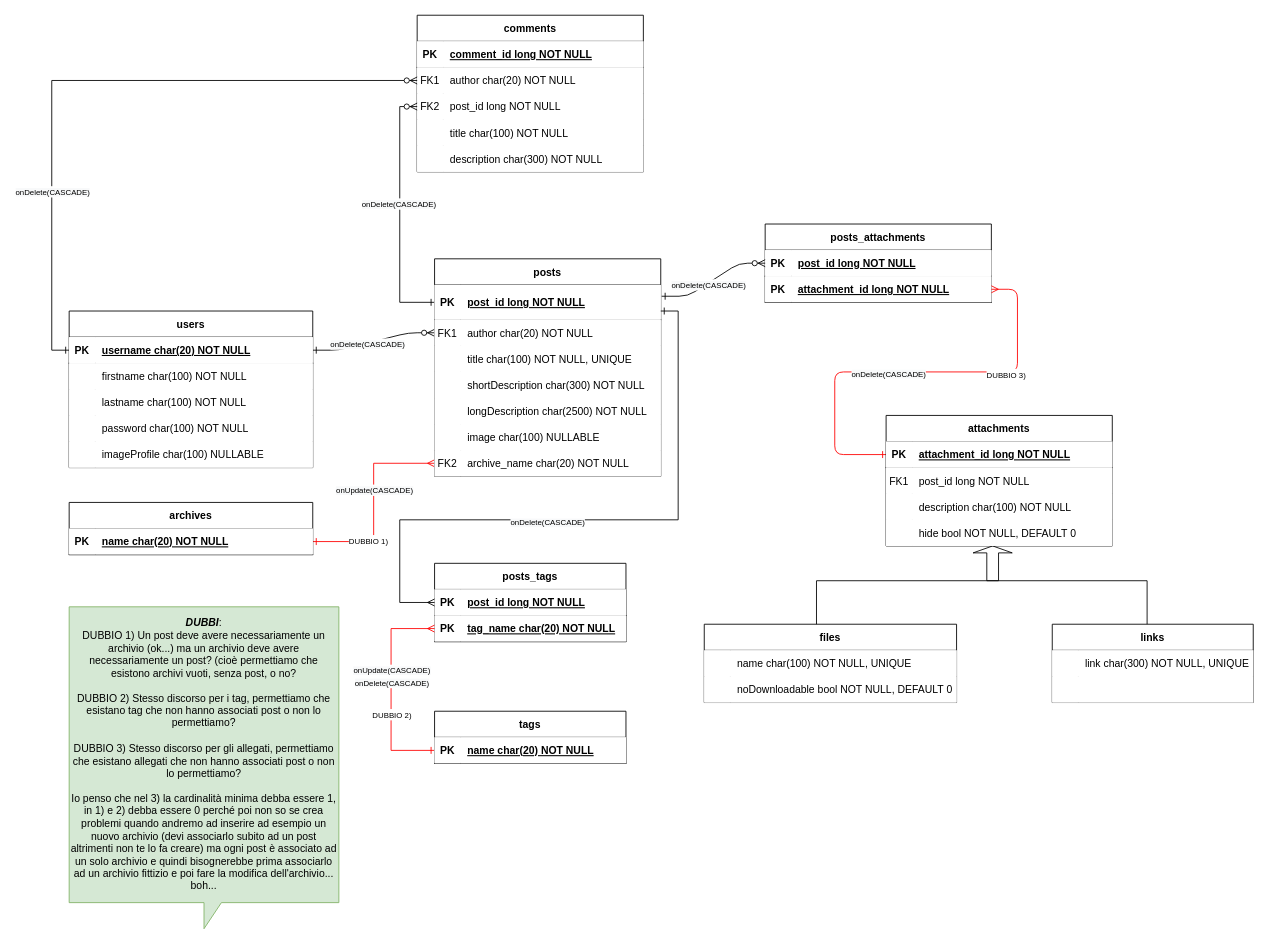
Before: Modello DB.drawio in lorenzofratini1998/ADVProgramming_Project, a draw.io diagram. Source tidied: cells renumbered, new cells numbered last; positions are measured from the earlier drawing's top-left corner, leaving out a move shared by most shapes. Both pictures are drawn from the tidied source at 87%, with x=0, y=0 at pixel (69, 15).
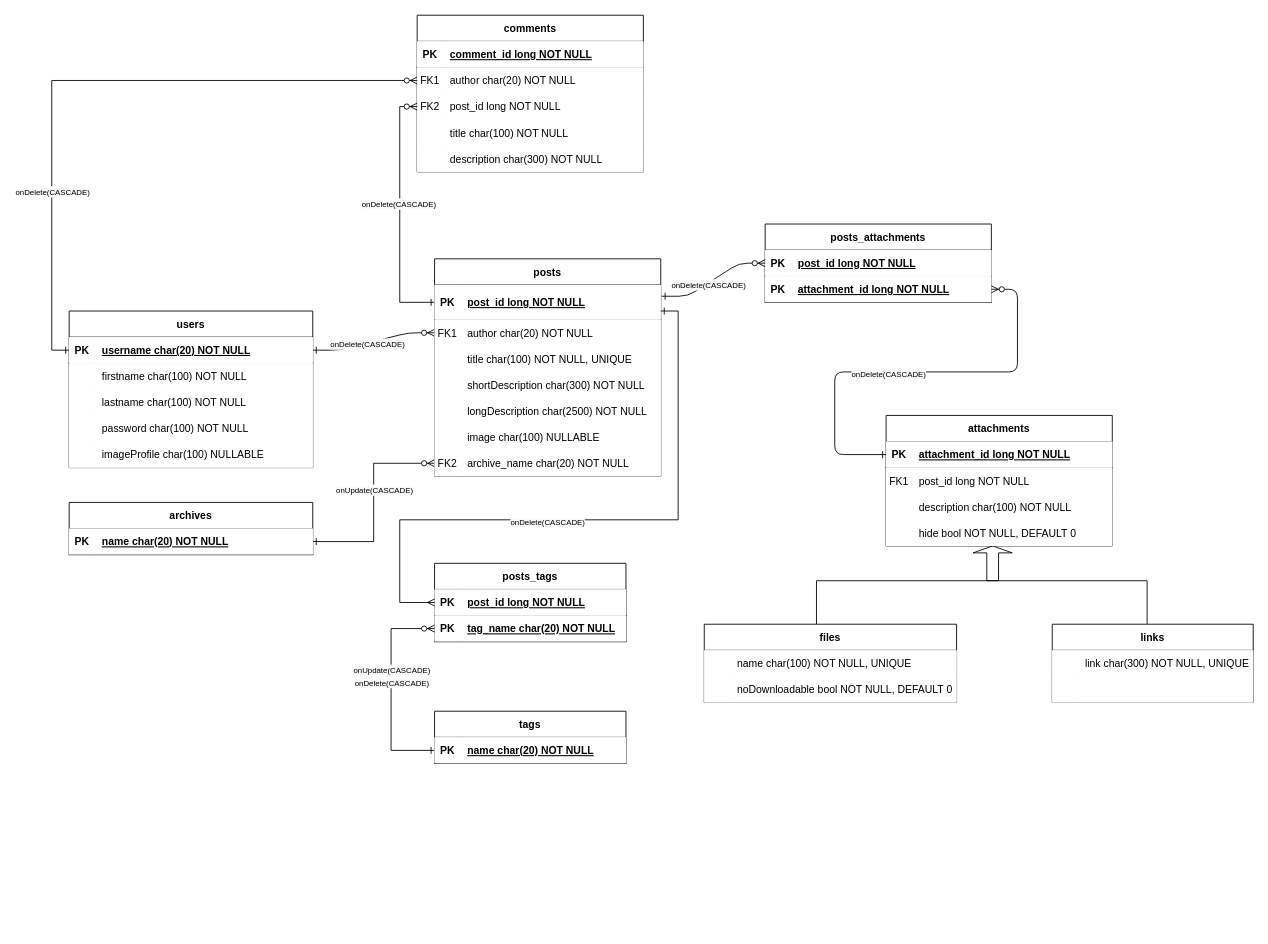
Above is the later version.

Unchanged cells that the change refers to:
```xml
<mxCell id="48" style="shape=partialRectangle;points=[[0,0.5],[1,0.5]];portConstraint=eastwest;top=0;left=0;right=0;bottom=0;" parent="29" vertex="1">
  <mxGeometry y="220" width="260" height="30" as="geometry" />
</mxCell>
<mxCell id="55" style="shape=partialRectangle;points=[[0,0.5],[1,0.5]];portConstraint=eastwest;top=0;left=0;right=0;bottom=1;" parent="51" vertex="1">
  <mxGeometry y="60" width="220" height="30" as="geometry" />
</mxCell>
<mxCell id="68" style="shape=partialRectangle;points=[[0,0.5],[1,0.5]];portConstraint=eastwest;top=0;left=0;right=0;bottom=1;" parent="64" vertex="1">
  <mxGeometry y="60" width="260" height="30" as="geometry" />
</mxCell>
<mxCell id="77" style="shape=partialRectangle;points=[[0,0.5],[1,0.5]];portConstraint=eastwest;top=0;left=0;right=0;bottom=1;" parent="76" vertex="1">
  <mxGeometry y="30" width="260" height="30" as="geometry" />
</mxCell>
<mxCell id="104" style="shape=partialRectangle;points=[[0,0.5],[1,0.5]];portConstraint=eastwest;top=0;left=0;right=0;bottom=1;" parent="103" vertex="1">
  <mxGeometry y="30" width="220" height="30" as="geometry" />
</mxCell>
<mxCell id="124" style="shape=partialRectangle;points=[[0,0.5],[1,0.5]];portConstraint=eastwest;top=0;left=0;right=0;bottom=1;" parent="123" vertex="1">
  <mxGeometry y="30" width="280" height="30" as="geometry" />
</mxCell>
```

Diff of the diagram source:
```diff
@@
-    <mxCell id="24" style="edgeStyle=orthogonalEdgeStyle;rounded=0;jettySize=auto;html=1;exitX=1;exitY=0.5;exitDx=0;exitDy=0;entryX=0;entryY=0.5;entryDx=0;entryDy=0;startArrow=ERone;startFill=0;endArrow=ERmany;endFill=0;fillColor=#FFFF33;strokeColor=#FF0000;" parent="1" edge="1" source="124" target="48">
+    <mxCell id="24" style="edgeStyle=orthogonalEdgeStyle;rounded=0;jettySize=auto;html=1;exitX=1;exitY=0.5;exitDx=0;exitDy=0;entryX=0;entryY=0.5;entryDx=0;entryDy=0;startArrow=ERone;startFill=0;endArrow=ERzeroToMany;endFill=1;fillColor=#FFFF33;" parent="1" edge="1" source="124" target="48">
       <mxGeometry relative="1" as="geometry">
         <Array as="points">
           <mxPoint x="350" y="605" />
           <mxPoint x="350" y="515" />
         </Array>
       </mxGeometry>
     </mxCell>
@@
-    <mxCell id="26" value="&lt;font style=&quot;font-size: 9px&quot;&gt;DUBBIO 1)&lt;/font&gt;" style="edgeLabel;html=1;align=center;verticalAlign=middle;" parent="24" vertex="1">
-      <mxGeometry x="-0.45" y="2" relative="1" as="geometry" />
-    </mxCell>
@@
-    <mxCell id="58" style="edgeStyle=orthogonalEdgeStyle;rounded=0;jettySize=auto;html=1;startArrow=ERone;startFill=0;endArrow=ERmany;endFill=0;fillColor=#FFFF33;entryX=0;entryY=0.5;entryDx=0;entryDy=0;exitX=0;exitY=0.5;exitDx=0;exitDy=0;strokeColor=#FF0000;" parent="1" edge="1" source="104" target="55">
+    <mxCell id="58" style="edgeStyle=orthogonalEdgeStyle;rounded=0;jettySize=auto;html=1;startArrow=ERone;startFill=0;endArrow=ERzeroToMany;endFill=1;fillColor=#FFFF33;entryX=0;entryY=0.5;entryDx=0;entryDy=0;exitX=0;exitY=0.5;exitDx=0;exitDy=0;" parent="1" edge="1" source="104" target="55">
       <mxGeometry relative="1" as="geometry">
         <Array as="points">
           <mxPoint x="370" y="845" />
           <mxPoint x="370" y="705" />
         </Array>
       </mxGeometry>
     </mxCell>
@@
-    <mxCell id="60" value="&lt;font style=&quot;font-size: 9px&quot;&gt;DUBBIO 2)&lt;/font&gt;" style="edgeLabel;html=1;align=center;verticalAlign=middle;" parent="58" vertex="1">
-      <mxGeometry x="-0.52" y="-34" relative="1" as="geometry">
-        <mxPoint x="-34" y="-34" as="offset" />
-      </mxGeometry>
-    </mxCell>
@@
-    <mxCell id="63" value="&lt;b&gt;&lt;i&gt;DUBBI&lt;/i&gt;&lt;/b&gt;:&lt;br&gt;DUBBIO 1) Un post deve avere necessariamente un archivio (ok...) ma un archivio deve avere necessariamente un post? (cioè permettiamo che esistono archivi vuoti, senza post, o no?&lt;br&gt;&lt;br&gt;DUBBIO 2) Stesso discorso per i tag, permettiamo che esistano tag che non hanno associati post o non lo permettiamo?&lt;br&gt;&lt;br&gt;DUBBIO 3) Stesso discorso per gli allegati, permettiamo che esistano allegati che non hanno associati post o non lo permettiamo?&lt;br&gt;&lt;br&gt;Io penso che nel 3) la cardinalità minima debba essere 1, in 1) e 2) debba essere 0 perché poi non so se crea problemi quando andremo ad inserire ad esempio un nuovo archivio (devi associarlo subito ad un post altrimenti non te lo fa creare) ma ogni post è associato ad un solo archivio e quindi bisognerebbe prima associarlo ad un archivio fittizio e poi fare la modifica dell'archivio... boh..." style="shape=callout;whiteSpace=wrap;html=1;perimeter=calloutPerimeter;fillColor=#d5e8d4;strokeColor=#82b366;" parent="1" vertex="1">
-      <mxGeometry y="680" width="310" height="370" as="geometry" />
-    </mxCell>
@@
-    <mxCell id="73" style="edgeStyle=orthogonalEdgeStyle;endArrow=ERmany;startArrow=ERone;endFill=0;startFill=0;entryX=1;entryY=0.5;entryDx=0;entryDy=0;exitX=0;exitY=0.5;exitDx=0;exitDy=0;strokeColor=#FF0000;" parent="1" edge="1" source="77" target="68">
+    <mxCell id="73" style="edgeStyle=orthogonalEdgeStyle;endArrow=ERzeroToMany;startArrow=ERone;endFill=1;startFill=0;entryX=1;entryY=0.5;entryDx=0;entryDy=0;exitX=0;exitY=0.5;exitDx=0;exitDy=0;" parent="1" edge="1" source="77" target="68">
       <mxGeometry relative="1" as="geometry">
         <Array as="points">
           <mxPoint x="880" y="505" />
           <mxPoint x="880" y="410" />
           <mxPoint x="1090" y="410" />
           <mxPoint x="1090" y="315" />
         </Array>
       </mxGeometry>
     </mxCell>
@@
-    <mxCell id="75" value="&lt;font style=&quot;font-size: 9px&quot;&gt;DUBBIO 3)&lt;/font&gt;" style="edgeLabel;html=1;align=center;verticalAlign=middle;" parent="73" vertex="1">
-      <mxGeometry x="0.43" y="-2" relative="1" as="geometry" />
-    </mxCell>
```
